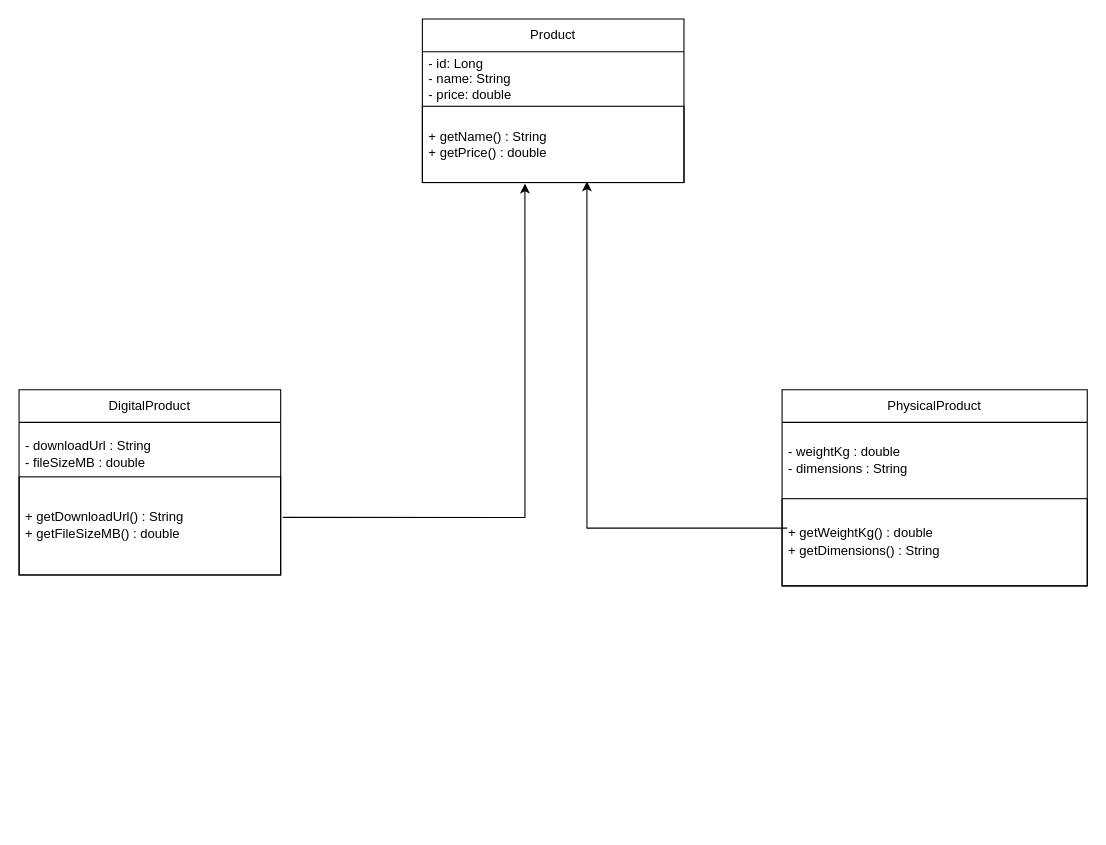
ahashmendis/products-api keeps this draw.io diagram as docs/uml/product-hierarchy.drawio. Above is the earlier version. Source tidied: cells renumbered, new cells numbered last; positions are measured from the earlier drawing's top-left corner, leaving out a move shared by most shapes. Both pictures are drawn from the tidied source at 109%, with x=0, y=0 at pixel (19, 19).
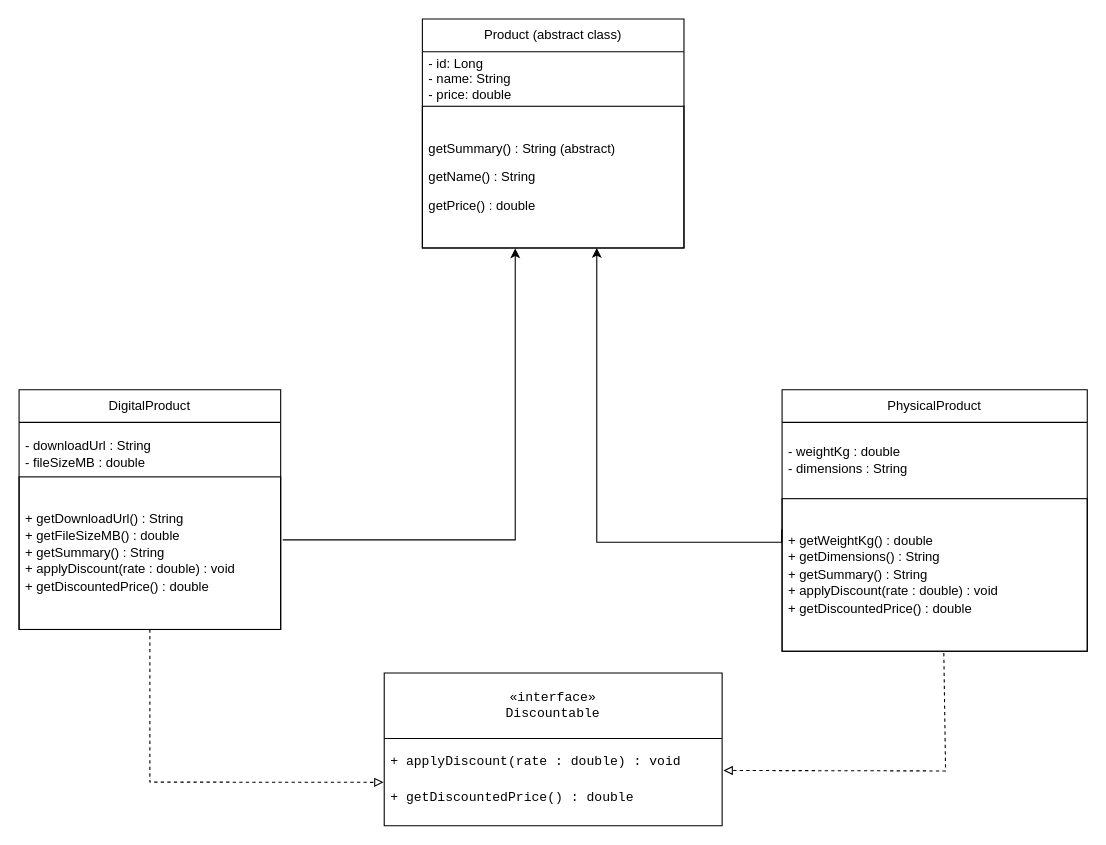
The same diagram, later.

Commit message (it also covers changes not shown here):
Tutorial 5: polymorphism — getSummary override and Discountable interface

Change to the diagram source:
```diff
@@
-    <mxCell id="2" value="Product" style="swimlane;fontStyle=0;horizontal=1;startSize=30;whiteSpace=wrap;html=1;" parent="1" vertex="1">
-      <mxGeometry x="370" width="240" height="150" as="geometry" />
+    <mxCell id="2" value="Product (abstract class)" style="swimlane;fontStyle=0;horizontal=1;startSize=30;whiteSpace=wrap;html=1;" parent="1" vertex="1">
+      <mxGeometry x="370" width="240" height="210" as="geometry" />
     </mxCell>
@@
-    <mxCell id="4" value="&lt;div&gt;+ getName() : String&lt;/div&gt;&lt;div&gt;+ getPrice() : double&lt;/div&gt;" style="text;strokeColor=default;fillColor=none;align=left;verticalAlign=middle;spacingLeft=4;spacingRight=4;overflow=hidden;points=[[0,0.5],[1,0.5]];portConstraint=eastwest;whiteSpace=wrap;html=1;" parent="2" vertex="1">
-      <mxGeometry y="80" width="240" height="70" as="geometry" />
+    <mxCell id="4" value="&lt;div&gt;&lt;p&gt;getSummary() : String (abstract)&lt;/p&gt;&lt;p&gt;getName() : String&lt;/p&gt;&lt;p&gt;getPrice() : double&lt;/p&gt;&lt;/div&gt;" style="text;strokeColor=default;fillColor=none;align=left;verticalAlign=middle;spacingLeft=4;spacingRight=4;overflow=hidden;points=[[0,0.5],[1,0.5]];portConstraint=eastwest;whiteSpace=wrap;html=1;" parent="2" vertex="1">
+      <mxGeometry y="80" width="240" height="130" as="geometry" />
     </mxCell>
     <mxCell id="5" value="DigitalProduct" style="swimlane;fontStyle=0;horizontal=1;startSize=30;whiteSpace=wrap;html=1;" parent="1" vertex="1">
-      <mxGeometry y="340" width="240" height="170" as="geometry" />
+      <mxGeometry y="340" width="240" height="220" as="geometry" />
     </mxCell>
@@
-    <mxCell id="7" value="&lt;div&gt;&lt;pre dir=&quot;ltr&quot;&gt;&lt;font face=&quot;Helvetica&quot;&gt;+ getDownloadUrl() : String&lt;br/&gt;+ getFileSizeMB() : double&lt;/font&gt;&lt;/pre&gt;&lt;/div&gt;" style="text;strokeColor=default;fillColor=none;align=left;verticalAlign=middle;spacingLeft=4;spacingRight=4;overflow=hidden;points=[[0,0.5],[1,0.5]];portConstraint=eastwest;whiteSpace=wrap;html=1;" parent="5" vertex="1">
-      <mxGeometry y="80" width="240" height="90" as="geometry" />
+    <mxCell id="7" value="&lt;div&gt;&lt;pre dir=&quot;ltr&quot;&gt;&lt;font face=&quot;Helvetica&quot;&gt;+ getDownloadUrl() : String&lt;br&gt;+ getFileSizeMB() : double&lt;br&gt;+ getSummary() : String&lt;br/&gt;+ applyDiscount(rate : double) : void&lt;br/&gt;+ getDiscountedPrice() : double&lt;/font&gt;&lt;/pre&gt;&lt;/div&gt;" style="text;strokeColor=default;fillColor=none;align=left;verticalAlign=middle;spacingLeft=4;spacingRight=4;overflow=hidden;points=[[0,0.5],[1,0.5]];portConstraint=eastwest;whiteSpace=wrap;html=1;" parent="5" vertex="1">
+      <mxGeometry y="80" width="240" height="140" as="geometry" />
     </mxCell>
     <mxCell id="8" value="PhysicalProduct" style="swimlane;fontStyle=0;horizontal=1;startSize=30;whiteSpace=wrap;html=1;" parent="1" vertex="1">
-      <mxGeometry x="700" y="340" width="280" height="180" as="geometry" />
+      <mxGeometry x="700" y="340" width="280" height="240" as="geometry" />
     </mxCell>
@@
-    <mxCell id="10" value="&lt;div&gt;&lt;pre dir=&quot;ltr&quot;&gt;&lt;font face=&quot;Helvetica&quot;&gt;+ getWeightKg() : double&lt;br/&gt;+ getDimensions() : String&lt;/font&gt;&lt;/pre&gt;&lt;/div&gt;" style="text;strokeColor=default;fillColor=none;align=left;verticalAlign=middle;spacingLeft=4;spacingRight=4;overflow=hidden;points=[[0,0.5],[1,0.5]];portConstraint=eastwest;whiteSpace=wrap;html=1;" parent="8" vertex="1">
-      <mxGeometry y="100" width="280" height="80" as="geometry" />
+    <mxCell id="10" value="&lt;div&gt;&lt;pre dir=&quot;ltr&quot;&gt;&lt;font face=&quot;Helvetica&quot;&gt;+ getWeightKg() : double&lt;br&gt;+ getDimensions() : String&lt;br&gt;+ getSummary() : String&lt;br/&gt;+ applyDiscount(rate : double) : void&lt;br/&gt;+ getDiscountedPrice() : double&lt;/font&gt;&lt;/pre&gt;&lt;/div&gt;" style="text;strokeColor=default;fillColor=none;align=left;verticalAlign=middle;spacingLeft=4;spacingRight=4;overflow=hidden;points=[[0,0.5],[1,0.5]];portConstraint=eastwest;whiteSpace=wrap;html=1;" parent="8" vertex="1">
+      <mxGeometry y="100" width="280" height="140" as="geometry" />
     </mxCell>
-    <mxCell id="11" style="edgeStyle=orthogonalEdgeStyle;rounded=0;jettySize=auto;html=1;entryX=0.392;entryY=1.014;entryDx=0;entryDy=0;exitX=1.008;exitY=0.413;exitDx=0;exitDy=0;exitPerimeter=0;entryPerimeter=0;" parent="1" edge="1" source="7" target="4">
+    <mxCell id="11" style="edgeStyle=orthogonalEdgeStyle;rounded=0;jettySize=auto;html=1;entryX=0.355;entryY=1.003;entryDx=0;entryDy=0;exitX=1.008;exitY=0.413;exitDx=0;exitDy=0;exitPerimeter=0;entryPerimeter=0;" parent="1" edge="1" source="7" target="4">
       <mxGeometry relative="1" as="geometry" />
     </mxCell>
-    <mxCell id="12" style="edgeStyle=orthogonalEdgeStyle;rounded=0;jettySize=auto;html=1;exitX=0.017;exitY=0.338;exitDx=0;exitDy=0;exitPerimeter=0;entryX=0.629;entryY=0.986;entryDx=0;entryDy=0;entryPerimeter=0;" parent="1" edge="1" source="10" target="4">
-      <mxGeometry x="-0.03" relative="1" as="geometry" />
+    <mxCell id="12" style="edgeStyle=orthogonalEdgeStyle;rounded=0;jettySize=auto;html=1;exitX=-0.001;exitY=0.2;exitDx=0;exitDy=0;exitPerimeter=0;" parent="1" edge="1" source="10" target="4">
+      <mxGeometry relative="1" as="geometry">
+        <Array as="points">
+          <mxPoint x="699.7" y="480" />
+          <mxPoint x="530" y="480" />
+        </Array>
+      </mxGeometry>
     </mxCell>
+    <mxCell id="13" value="&lt;pre dir=&quot;ltr&quot;&gt;&lt;code&gt;«interface»&lt;br/&gt;Discountable&lt;/code&gt;&lt;/pre&gt;" style="swimlane;fontStyle=0;horizontal=1;startSize=60;whiteSpace=wrap;html=1;" parent="1" vertex="1">
+      <mxGeometry x="335" y="600" width="310" height="140" as="geometry" />
+    </mxCell>
+    <mxCell id="14" value="&lt;pre dir=&quot;ltr&quot;&gt;&lt;code&gt;+ applyDiscount(rate : double) : void&lt;br&gt;&lt;br&gt;&lt;/code&gt;&lt;/pre&gt;" style="text;strokeColor=none;fillColor=none;align=left;verticalAlign=middle;spacingLeft=4;spacingRight=4;overflow=hidden;whiteSpace=wrap;html=1;" parent="13" vertex="1">
+      <mxGeometry y="60" width="310" height="30" as="geometry" />
+    </mxCell>
+    <mxCell id="15" value="&lt;pre dir=&quot;ltr&quot;&gt;&lt;code&gt;+ getDiscountedPrice() : double&lt;/code&gt;&lt;/pre&gt;" style="text;strokeColor=none;fillColor=none;align=left;verticalAlign=middle;spacingLeft=4;spacingRight=4;overflow=hidden;points=[[0,0.5],[1,0.5]];portConstraint=eastwest;whiteSpace=wrap;html=1;" parent="13" vertex="1">
+      <mxGeometry y="90" width="310" height="50" as="geometry" />
+    </mxCell>
+    <mxCell id="16" style="endArrow=block;html=1;rounded=0;defaultLabelBackgroundColor=page;exitX=0.5;exitY=1;exitDx=0;exitDy=0;entryX=-0.002;entryY=0.205;entryDx=0;entryDy=0;entryPerimeter=0;dashed=1;endFill=0;" parent="1" edge="1" source="5" target="15">
+      <mxGeometry x="-0.16" relative="1" as="geometry">
+        <Array as="points">
+          <mxPoint x="120" y="700" />
+        </Array>
+      </mxGeometry>
+    </mxCell>
+    <mxCell id="17" style="endArrow=block;html=1;rounded=0;defaultLabelBackgroundColor=page;exitX=0.53;exitY=1.012;exitDx=0;exitDy=0;entryX=1.004;entryY=-0.013;entryDx=0;entryDy=0;entryPerimeter=0;dashed=1;exitPerimeter=0;endFill=0;" parent="1" edge="1" source="10" target="15">
+      <mxGeometry x="0.57" relative="1" as="geometry">
+        <Array as="points">
+          <mxPoint x="850" y="689.8" />
+        </Array>
+      </mxGeometry>
+    </mxCell>
```
